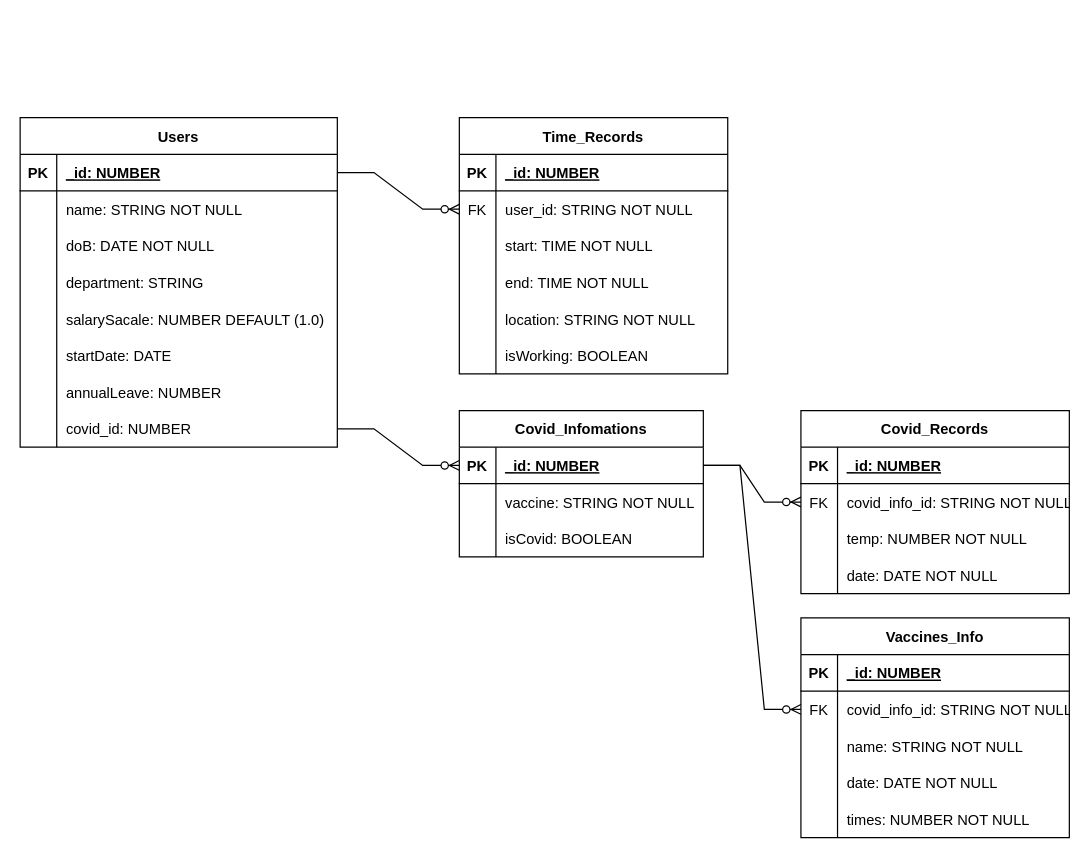
This is Untitled Diagram.drawio from shineofichi/StaffsManager, a draw.io file, before an edit. Source tidied: cells renumbered, new cells numbered last; positions are measured from the earlier drawing's top-left corner, leaving out a move shared by most shapes. Both pictures are drawn from the tidied source at 122%, with x=0, y=0 at pixel (20, 117).
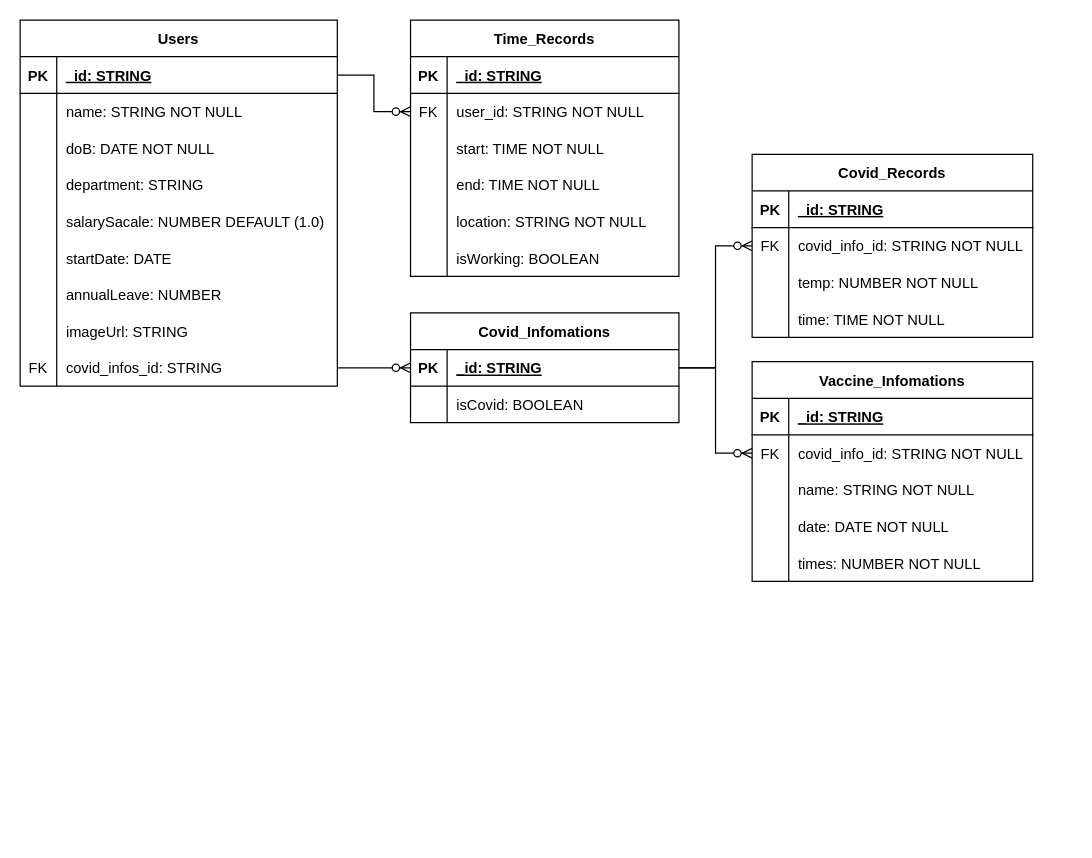
The same diagram, later.

The change refers to these unchanged cells:
```xml
<mxCell id="3" style="shape=tableRow;horizontal=0;startSize=0;swimlaneHead=0;swimlaneBody=0;fillColor=none;points=[[0,0.5],[1,0.5]];portConstraint=eastwest;top=0;left=0;right=0;bottom=1;" parent="2" vertex="1">
  <mxGeometry y="30" width="260" height="30" as="geometry" />
</mxCell>
<mxCell id="36" style="shape=tableRow;horizontal=0;startSize=0;swimlaneHead=0;swimlaneBody=0;fillColor=none;top=0;left=0;right=0;bottom=1;" parent="35" vertex="1">
  <mxGeometry y="30" width="220" height="30" as="geometry" />
</mxCell>
```

What changed in the source:
```diff
@@
     <mxCell id="2" value="Users" style="shape=table;startSize=30;childLayout=tableLayout;rowLines=0;fontStyle=1;align=center;" parent="1" vertex="1">
-      <mxGeometry width="260" height="270" as="geometry" />
+      <mxGeometry y="-80" width="260" height="300" as="geometry" />
     </mxCell>
@@
-    <mxCell id="5" value="_id: NUMBER" style="shape=partialRectangle;fillColor=none;top=0;left=0;bottom=0;right=0;align=left;spacingLeft=6;fontStyle=5;overflow=hidden;" parent="3" vertex="1">
+    <mxCell id="5" value="_id: STRING" style="shape=partialRectangle;fillColor=none;top=0;left=0;bottom=0;right=0;align=left;spacingLeft=6;fontStyle=5;overflow=hidden;" parent="3" vertex="1">
       <mxGeometry x="30" width="230" height="30" as="geometry" />
     </mxCell>
@@
+    <mxCell id="97" style="shape=tableRow;horizontal=0;startSize=0;swimlaneHead=0;swimlaneBody=0;fillColor=none;top=0;left=0;right=0;bottom=0;" parent="2" vertex="1">
+      <mxGeometry y="240" width="260" height="30" as="geometry" />
+    </mxCell>
+    <mxCell id="59" style="shape=partialRectangle;fillColor=none;top=0;left=0;bottom=0;right=0;overflow=hidden;" parent="97" vertex="1">
+      <mxGeometry width="30" height="30" as="geometry" />
+    </mxCell>
+    <mxCell id="98" value="imageUrl: STRING" style="shape=partialRectangle;fillColor=none;top=0;left=0;bottom=0;right=0;align=left;spacingLeft=6;overflow=hidden;" parent="97" vertex="1">
+      <mxGeometry x="30" width="230" height="30" as="geometry" />
+    </mxCell>
     <mxCell id="24" style="shape=tableRow;horizontal=0;startSize=0;swimlaneHead=0;swimlaneBody=0;fillColor=none;points=[[0,0.5],[1,0.5]];portConstraint=eastwest;top=0;left=0;right=0;bottom=0;" parent="2" vertex="1">
-      <mxGeometry y="240" width="260" height="30" as="geometry" />
+      <mxGeometry y="270" width="260" height="30" as="geometry" />
     </mxCell>
-    <mxCell id="25" style="shape=partialRectangle;fillColor=none;top=0;left=0;bottom=0;right=0;overflow=hidden;" parent="24" vertex="1">
+    <mxCell id="25" value="FK" style="shape=partialRectangle;fillColor=none;top=0;left=0;bottom=0;right=0;overflow=hidden;" parent="24" vertex="1">
       <mxGeometry width="30" height="30" as="geometry" />
     </mxCell>
-    <mxCell id="26" value="covid_id: NUMBER" style="shape=partialRectangle;fillColor=none;top=0;left=0;bottom=0;right=0;align=left;spacingLeft=6;overflow=hidden;" parent="24" vertex="1">
+    <mxCell id="26" value="covid_infos_id: STRING" style="shape=partialRectangle;fillColor=none;top=0;left=0;bottom=0;right=0;align=left;spacingLeft=6;overflow=hidden;" parent="24" vertex="1">
       <mxGeometry x="30" width="230" height="30" as="geometry" />
     </mxCell>
@@
     <mxCell id="35" value="Time_Records" style="shape=table;startSize=30;childLayout=tableLayout;rowLines=0;fontStyle=1;align=center;" parent="1" vertex="1">
-      <mxGeometry x="360" width="220" height="210" as="geometry" />
+      <mxGeometry x="320" y="-80" width="220" height="210" as="geometry" />
     </mxCell>
@@
-    <mxCell id="38" value="_id: NUMBER" style="shape=partialRectangle;fillColor=none;top=0;left=0;bottom=0;right=0;align=left;spacingLeft=6;fontStyle=5;overflow=hidden;" parent="36" vertex="1">
+    <mxCell id="38" value="_id: STRING" style="shape=partialRectangle;fillColor=none;top=0;left=0;bottom=0;right=0;align=left;spacingLeft=6;fontStyle=5;overflow=hidden;" parent="36" vertex="1">
       <mxGeometry x="30" width="190" height="30" as="geometry" />
     </mxCell>
@@
     <mxCell id="54" value="Covid_Infomations" style="shape=table;startSize=30;childLayout=tableLayout;rowLines=0;fontStyle=1;align=center;" parent="1" vertex="1">
-      <mxGeometry x="360" y="240" width="200" height="120" as="geometry" />
+      <mxGeometry x="320" y="160" width="220" height="90" as="geometry" />
     </mxCell>
     <mxCell id="55" style="shape=tableRow;horizontal=0;startSize=0;swimlaneHead=0;swimlaneBody=0;fillColor=none;points=[[0,0.5],[1,0.5]];portConstraint=eastwest;top=0;left=0;right=0;bottom=1;" parent="54" vertex="1">
-      <mxGeometry y="30" width="200" height="30" as="geometry" />
+      <mxGeometry y="30" width="220" height="30" as="geometry" />
     </mxCell>
@@
-    <mxCell id="57" value="_id: NUMBER" style="shape=partialRectangle;fillColor=none;top=0;left=0;bottom=0;right=0;align=left;spacingLeft=6;fontStyle=5;overflow=hidden;" parent="55" vertex="1">
-      <mxGeometry x="30" width="170" height="30" as="geometry" />
+    <mxCell id="57" value="_id: STRING" style="shape=partialRectangle;fillColor=none;top=0;left=0;bottom=0;right=0;align=left;spacingLeft=6;fontStyle=5;overflow=hidden;" parent="55" vertex="1">
+      <mxGeometry x="30" width="190" height="30" as="geometry" />
     </mxCell>
-    <mxCell id="58" style="shape=tableRow;horizontal=0;startSize=0;swimlaneHead=0;swimlaneBody=0;fillColor=none;top=0;left=0;right=0;bottom=0;" parent="54" vertex="1">
-      <mxGeometry y="60" width="200" height="30" as="geometry" />
-    </mxCell>
-    <mxCell id="59" style="shape=partialRectangle;fillColor=none;top=0;left=0;bottom=0;right=0;overflow=hidden;" parent="58" vertex="1">
-      <mxGeometry width="30" height="30" as="geometry" />
-    </mxCell>
-    <mxCell id="60" value="vaccine: STRING NOT NULL" style="shape=partialRectangle;fillColor=none;top=0;left=0;bottom=0;right=0;align=left;spacingLeft=6;overflow=hidden;" parent="58" vertex="1">
-      <mxGeometry x="30" width="170" height="30" as="geometry" />
-    </mxCell>
     <mxCell id="61" style="shape=tableRow;horizontal=0;startSize=0;swimlaneHead=0;swimlaneBody=0;fillColor=none;top=0;left=0;right=0;bottom=0;" parent="54" vertex="1">
-      <mxGeometry y="90" width="200" height="30" as="geometry" />
+      <mxGeometry y="60" width="220" height="30" as="geometry" />
     </mxCell>
@@
     <mxCell id="63" value="isCovid: BOOLEAN" style="shape=partialRectangle;fillColor=none;top=0;left=0;bottom=0;right=0;align=left;spacingLeft=6;overflow=hidden;" parent="61" vertex="1">
-      <mxGeometry x="30" width="170" height="30" as="geometry" />
+      <mxGeometry x="30" width="190" height="30" as="geometry" />
     </mxCell>
@@
     <mxCell id="65" value="Covid_Records" style="shape=table;startSize=30;childLayout=tableLayout;rowLines=0;fontStyle=1;align=center;" parent="1" vertex="1">
-      <mxGeometry x="640" y="240" width="220" height="150" as="geometry" />
+      <mxGeometry x="600" y="30" width="230" height="150" as="geometry" />
     </mxCell>
     <mxCell id="66" style="shape=tableRow;horizontal=0;startSize=0;swimlaneHead=0;swimlaneBody=0;fillColor=none;top=0;left=0;right=0;bottom=1;" parent="65" vertex="1">
-      <mxGeometry y="30" width="220" height="30" as="geometry" />
+      <mxGeometry y="30" width="230" height="30" as="geometry" />
     </mxCell>
@@
-    <mxCell id="68" value="_id: NUMBER" style="shape=partialRectangle;fillColor=none;top=0;left=0;bottom=0;right=0;align=left;spacingLeft=6;fontStyle=5;overflow=hidden;" parent="66" vertex="1">
-      <mxGeometry x="30" width="190" height="30" as="geometry" />
+    <mxCell id="68" value="_id: STRING" style="shape=partialRectangle;fillColor=none;top=0;left=0;bottom=0;right=0;align=left;spacingLeft=6;fontStyle=5;overflow=hidden;" parent="66" vertex="1">
+      <mxGeometry x="30" width="200" height="30" as="geometry" />
     </mxCell>
     <mxCell id="69" style="shape=tableRow;horizontal=0;startSize=0;swimlaneHead=0;swimlaneBody=0;fillColor=none;points=[[0,0.5],[1,0.5]];portConstraint=eastwest;top=0;left=0;right=0;bottom=0;" parent="65" vertex="1">
-      <mxGeometry y="60" width="220" height="30" as="geometry" />
+      <mxGeometry y="60" width="230" height="30" as="geometry" />
     </mxCell>
@@
     <mxCell id="71" value="covid_info_id: STRING NOT NULL" style="shape=partialRectangle;fillColor=none;top=0;left=0;bottom=0;right=0;align=left;spacingLeft=6;overflow=hidden;" parent="69" vertex="1">
-      <mxGeometry x="30" width="190" height="30" as="geometry" />
+      <mxGeometry x="30" width="200" height="30" as="geometry" />
     </mxCell>
     <mxCell id="72" style="shape=tableRow;horizontal=0;startSize=0;swimlaneHead=0;swimlaneBody=0;fillColor=none;top=0;left=0;right=0;bottom=0;" parent="65" vertex="1">
-      <mxGeometry y="90" width="220" height="30" as="geometry" />
+      <mxGeometry y="90" width="230" height="30" as="geometry" />
     </mxCell>
@@
     <mxCell id="74" value="temp: NUMBER NOT NULL" style="shape=partialRectangle;fillColor=none;top=0;left=0;bottom=0;right=0;align=left;spacingLeft=6;overflow=hidden;" parent="72" vertex="1">
-      <mxGeometry x="30" width="190" height="30" as="geometry" />
+      <mxGeometry x="30" width="200" height="30" as="geometry" />
     </mxCell>
     <mxCell id="75" style="shape=tableRow;horizontal=0;startSize=0;swimlaneHead=0;swimlaneBody=0;fillColor=none;top=0;left=0;right=0;bottom=0;" parent="65" vertex="1">
-      <mxGeometry y="120" width="220" height="30" as="geometry" />
+      <mxGeometry y="120" width="230" height="30" as="geometry" />
     </mxCell>
@@
-    <mxCell id="77" value="date: DATE NOT NULL" style="shape=partialRectangle;fillColor=none;top=0;left=0;bottom=0;right=0;align=left;spacingLeft=6;overflow=hidden;" parent="75" vertex="1">
-      <mxGeometry x="30" width="190" height="30" as="geometry" />
+    <mxCell id="77" value="time: TIME NOT NULL" style="shape=partialRectangle;fillColor=none;top=0;left=0;bottom=0;right=0;align=left;spacingLeft=6;overflow=hidden;" parent="75" vertex="1">
+      <mxGeometry x="30" width="200" height="30" as="geometry" />
     </mxCell>
@@
-    <mxCell id="79" value="Vaccines_Info" style="shape=table;startSize=30;childLayout=tableLayout;rowLines=0;fontStyle=1;align=center;" parent="1" vertex="1">
-      <mxGeometry x="640" y="410" width="220" height="180" as="geometry" />
+    <mxCell id="79" value="Vaccine_Infomations" style="shape=table;startSize=30;childLayout=tableLayout;rowLines=0;fontStyle=1;align=center;" parent="1" vertex="1">
+      <mxGeometry x="600" y="200" width="230" height="180" as="geometry" />
     </mxCell>
     <mxCell id="80" style="shape=tableRow;horizontal=0;startSize=0;swimlaneHead=0;swimlaneBody=0;fillColor=none;top=0;left=0;right=0;bottom=1;" parent="79" vertex="1">
-      <mxGeometry y="30" width="220" height="30" as="geometry" />
+      <mxGeometry y="30" width="230" height="30" as="geometry" />
     </mxCell>
@@
-    <mxCell id="82" value="_id: NUMBER" style="shape=partialRectangle;fillColor=none;top=0;left=0;bottom=0;right=0;align=left;spacingLeft=6;fontStyle=5;overflow=hidden;" parent="80" vertex="1">
-      <mxGeometry x="30" width="190" height="30" as="geometry" />
+    <mxCell id="82" value="_id: STRING" style="shape=partialRectangle;fillColor=none;top=0;left=0;bottom=0;right=0;align=left;spacingLeft=6;fontStyle=5;overflow=hidden;" parent="80" vertex="1">
+      <mxGeometry x="30" width="200" height="30" as="geometry" />
     </mxCell>
     <mxCell id="83" style="shape=tableRow;horizontal=0;startSize=0;swimlaneHead=0;swimlaneBody=0;fillColor=none;points=[[0,0.5],[1,0.5]];portConstraint=eastwest;top=0;left=0;right=0;bottom=0;" parent="79" vertex="1">
-      <mxGeometry y="60" width="220" height="30" as="geometry" />
+      <mxGeometry y="60" width="230" height="30" as="geometry" />
     </mxCell>
@@
     <mxCell id="85" value="covid_info_id: STRING NOT NULL" style="shape=partialRectangle;fillColor=none;top=0;left=0;bottom=0;right=0;align=left;spacingLeft=6;overflow=hidden;" parent="83" vertex="1">
-      <mxGeometry x="30" width="190" height="30" as="geometry" />
+      <mxGeometry x="30" width="200" height="30" as="geometry" />
     </mxCell>
     <mxCell id="86" style="shape=tableRow;horizontal=0;startSize=0;swimlaneHead=0;swimlaneBody=0;fillColor=none;top=0;left=0;right=0;bottom=0;" parent="79" vertex="1">
-      <mxGeometry y="90" width="220" height="30" as="geometry" />
+      <mxGeometry y="90" width="230" height="30" as="geometry" />
     </mxCell>
@@
     <mxCell id="88" value="name: STRING NOT NULL" style="shape=partialRectangle;fillColor=none;top=0;left=0;bottom=0;right=0;align=left;spacingLeft=6;overflow=hidden;" parent="86" vertex="1">
-      <mxGeometry x="30" width="190" height="30" as="geometry" />
+      <mxGeometry x="30" width="200" height="30" as="geometry" />
     </mxCell>
     <mxCell id="89" style="shape=tableRow;horizontal=0;startSize=0;swimlaneHead=0;swimlaneBody=0;fillColor=none;top=0;left=0;right=0;bottom=0;" parent="79" vertex="1">
-      <mxGeometry y="120" width="220" height="30" as="geometry" />
+      <mxGeometry y="120" width="230" height="30" as="geometry" />
     </mxCell>
@@
     <mxCell id="91" value="date: DATE NOT NULL" style="shape=partialRectangle;fillColor=none;top=0;left=0;bottom=0;right=0;align=left;spacingLeft=6;overflow=hidden;" parent="89" vertex="1">
-      <mxGeometry x="30" width="190" height="30" as="geometry" />
+      <mxGeometry x="30" width="200" height="30" as="geometry" />
     </mxCell>
     <mxCell id="92" style="shape=tableRow;horizontal=0;startSize=0;swimlaneHead=0;swimlaneBody=0;fillColor=none;top=0;left=0;right=0;bottom=0;" parent="79" vertex="1">
-      <mxGeometry y="150" width="220" height="30" as="geometry" />
+      <mxGeometry y="150" width="230" height="30" as="geometry" />
     </mxCell>
@@
     <mxCell id="94" value="times: NUMBER NOT NULL" style="shape=partialRectangle;fillColor=none;top=0;left=0;bottom=0;right=0;align=left;spacingLeft=6;overflow=hidden;" parent="92" vertex="1">
-      <mxGeometry x="30" width="190" height="30" as="geometry" />
+      <mxGeometry x="30" width="200" height="30" as="geometry" />
     </mxCell>
```
